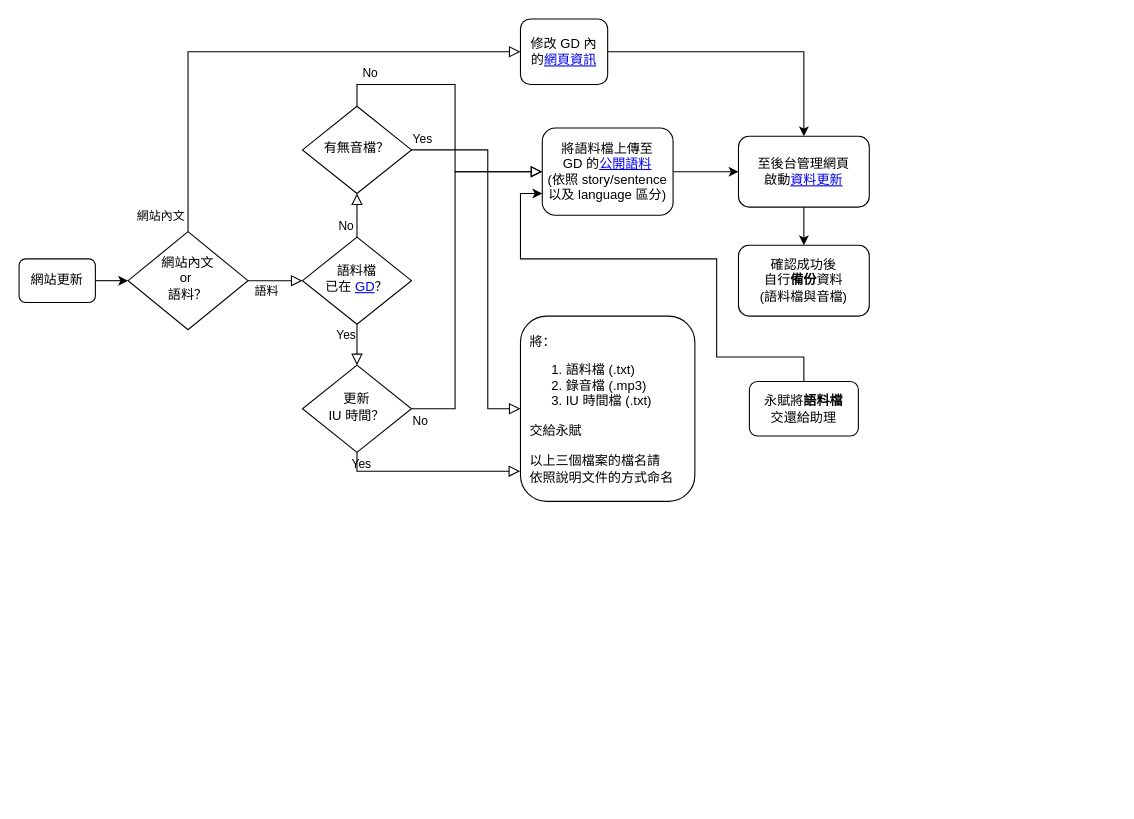
The draw.io diagram data_update_flow.drawio in liao961120/cdocs, before the edit. Source tidied: cells renumbered, new cells numbered last; positions are measured from the earlier drawing's top-left corner, leaving out a move shared by most shapes. Both pictures are drawn from the tidied source at 109%, with x=0, y=0 at pixel (19, 19).
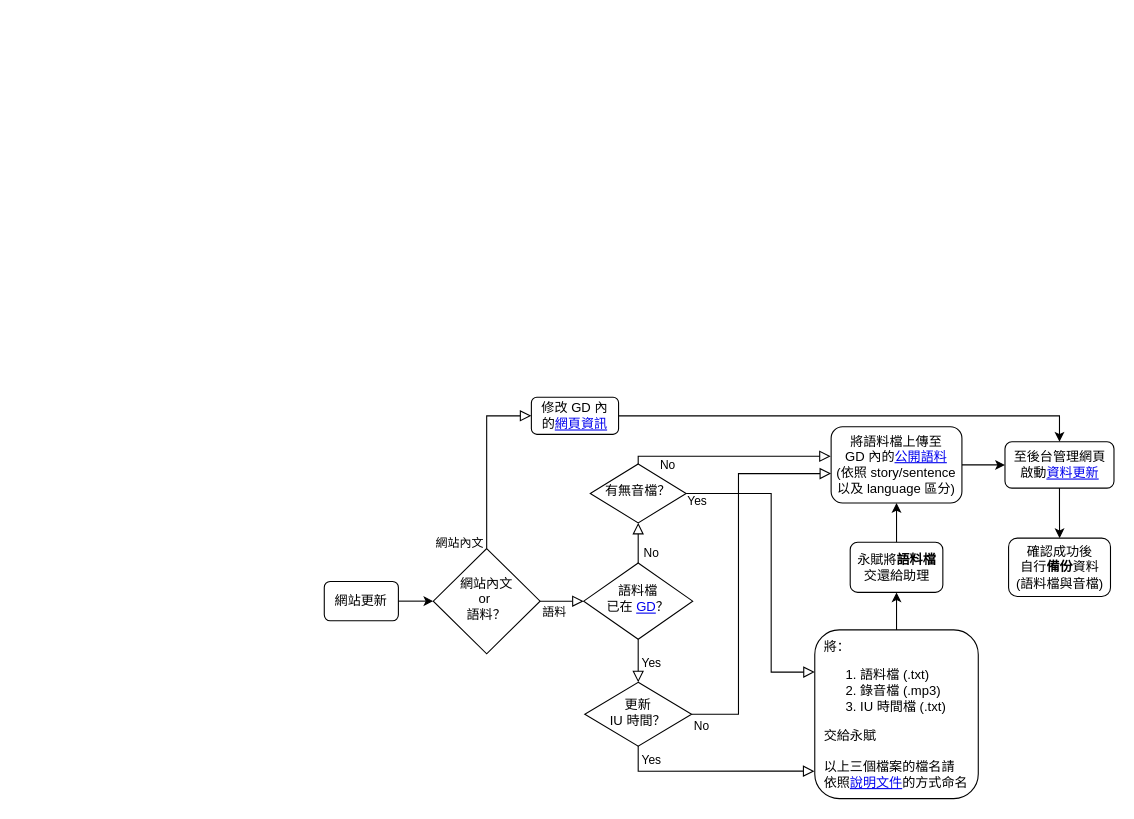
The same diagram, later.

Diff of the diagram source:
```diff
@@
     <mxCell id="2" value="網站更新" style="rounded=1;whiteSpace=wrap;html=1;fontSize=12;glass=0;strokeWidth=1;shadow=0;" parent="1" vertex="1">
-      <mxGeometry y="220" width="70" height="40" as="geometry" />
+      <mxGeometry x="280" y="516" width="68" height="36" as="geometry" />
     </mxCell>
     <mxCell id="3" value="Yes" style="rounded=0;html=1;jettySize=auto;fontSize=11;endArrow=block;endFill=0;endSize=8;strokeWidth=1;shadow=0;labelBackgroundColor=none;edgeStyle=orthogonalEdgeStyle;exitX=0.5;exitY=1;exitDx=0;exitDy=0;" parent="1" edge="1" source="5" target="7">
-      <mxGeometry x="-0.54" y="-10" relative="1" as="geometry" />
+      <mxGeometry x="0.16" y="12" relative="1" as="geometry" />
     </mxCell>
     <mxCell id="4" value="No" style="edgeStyle=orthogonalEdgeStyle;rounded=0;html=1;jettySize=auto;fontSize=11;endArrow=block;endFill=0;endSize=8;strokeWidth=1;shadow=0;labelBackgroundColor=none;exitX=0.5;exitY=0;exitDx=0;exitDy=0;entryX=0.5;entryY=1;entryDx=0;entryDy=0;" parent="1" edge="1" source="5" target="8">
-      <mxGeometry x="-0.5" y="10" relative="1" as="geometry" />
+      <mxGeometry x="-0.49" y="-12" relative="1" as="geometry" />
     </mxCell>
     <mxCell id="5" value="語料檔&lt;br&gt;已在 &lt;a href=&quot;https://drive.google.com/drive/folders/1anXf0owlXjyu_qc7mF-_ayNJGfo_0CiV&quot;&gt;GD&lt;/a&gt;？" style="rhombus;whiteSpace=wrap;html=1;shadow=0;fontFamily=Helvetica;fontSize=12;align=center;strokeWidth=1;spacing=6;spacingTop=-4;" parent="1" vertex="1">
-      <mxGeometry x="260" y="200" width="100" height="80" as="geometry" />
+      <mxGeometry x="518" y="499" width="100" height="70" as="geometry" />
     </mxCell>
-    <mxCell id="6" value="No" style="rounded=0;html=1;jettySize=auto;fontSize=11;endArrow=block;endFill=0;endSize=8;strokeWidth=1;shadow=0;labelBackgroundColor=none;edgeStyle=orthogonalEdgeStyle;exitX=1;exitY=0.5;exitDx=0;exitDy=0;entryX=0;entryY=0.5;entryDx=0;entryDy=0;" parent="1" edge="1" source="7" target="15">
+    <mxCell id="6" value="No" style="rounded=0;html=1;jettySize=auto;fontSize=11;endArrow=block;endFill=0;endSize=8;strokeWidth=1;shadow=0;labelBackgroundColor=none;edgeStyle=orthogonalEdgeStyle;exitX=1;exitY=0.5;exitDx=0;exitDy=0;" parent="1" edge="1" source="7">
       <mxGeometry x="-0.95" y="-10" relative="1" as="geometry">
+        <mxPoint x="745" y="417" as="targetPoint" />
         <Array as="points">
-          <mxPoint x="400" y="358" />
-          <mxPoint x="400" y="140" />
+          <mxPoint x="660" y="638" />
+          <mxPoint x="660" y="417" />
+          <mxPoint x="745" y="417" />
         </Array>
         <mxPoint y="1" as="offset" />
       </mxGeometry>
     </mxCell>
     <mxCell id="7" value="更新&lt;br&gt;IU 時間？" style="rhombus;whiteSpace=wrap;html=1;shadow=0;fontFamily=Helvetica;fontSize=12;align=center;strokeWidth=1;spacing=6;spacingTop=-4;" parent="1" vertex="1">
-      <mxGeometry x="260" y="317.5" width="100" height="80" as="geometry" />
+      <mxGeometry x="519" y="608.5" width="98" height="58.5" as="geometry" />
     </mxCell>
     <mxCell id="8" value="有無音檔？" style="rhombus;whiteSpace=wrap;html=1;shadow=0;fontFamily=Helvetica;fontSize=12;align=center;strokeWidth=1;spacing=6;spacingTop=-4;" parent="1" vertex="1">
-      <mxGeometry x="260" y="80" width="100" height="80" as="geometry" />
+      <mxGeometry x="524" y="408.2" width="88" height="54" as="geometry" />
     </mxCell>
+    <mxCell id="26" style="edgeStyle=orthogonalEdgeStyle;rounded=0;jettySize=auto;html=1;exitX=0.5;exitY=0;exitDx=0;exitDy=0;entryX=0.5;entryY=1;entryDx=0;entryDy=0;" parent="1" edge="1" source="9" target="12">
+      <mxGeometry relative="1" as="geometry" />
+    </mxCell>
-    <mxCell id="9" value="&amp;nbsp; 將：&lt;br&gt;&lt;ol&gt;&lt;li&gt;語料檔 (.txt)&lt;/li&gt;&lt;li&gt;錄音檔 (.mp3)&lt;/li&gt;&lt;li&gt;IU 時間檔 (.txt)&lt;/li&gt;&lt;/ol&gt;&lt;div&gt;&amp;nbsp; 交給永賦&lt;/div&gt;&lt;div&gt;&lt;br&gt;&lt;/div&gt;&lt;div&gt;&amp;nbsp; 以上三個檔案的檔名請&lt;/div&gt;&lt;div&gt;&amp;nbsp; 依照說明&lt;span&gt;文件的方式命名&lt;/span&gt;&lt;/div&gt;" style="rounded=1;whiteSpace=wrap;html=1;fontSize=12;glass=0;strokeWidth=1;shadow=0;align=left;" parent="1" vertex="1">
-      <mxGeometry x="460" y="272.5" width="160" height="170" as="geometry" />
+    <mxCell id="9" value="&amp;nbsp; 將：&lt;br&gt;&lt;ol&gt;&lt;li&gt;語料檔 (.txt)&lt;/li&gt;&lt;li&gt;錄音檔 (.mp3)&lt;/li&gt;&lt;li&gt;IU 時間檔 (.txt)&lt;/li&gt;&lt;/ol&gt;&lt;div&gt;&amp;nbsp; 交給永賦&lt;/div&gt;&lt;div&gt;&lt;br&gt;&lt;/div&gt;&lt;div&gt;&amp;nbsp; 以上三個檔案的檔名請&lt;/div&gt;&lt;div&gt;&amp;nbsp; 依照&lt;a href=&quot;https://yongfu.name/cdocs/#/iu_file&quot;&gt;說明&lt;/a&gt;&lt;a href=&quot;https://yongfu.name/cdocs/#/iu_file&quot;&gt;文件&lt;/a&gt;的方式命名&lt;/div&gt;" style="rounded=1;whiteSpace=wrap;html=1;fontSize=12;glass=0;strokeWidth=1;shadow=0;align=left;" parent="1" vertex="1">
+      <mxGeometry x="730" y="560.4" width="150" height="154.8" as="geometry" />
     </mxCell>
     <mxCell id="10" value="Yes" style="rounded=0;html=1;jettySize=auto;fontSize=11;endArrow=block;endFill=0;endSize=8;strokeWidth=1;shadow=0;labelBackgroundColor=none;edgeStyle=orthogonalEdgeStyle;entryX=-0.002;entryY=0.837;entryDx=0;entryDy=0;exitX=0.5;exitY=1;exitDx=0;exitDy=0;entryPerimeter=0;" parent="1" edge="1" source="7" target="9">
-      <mxGeometry x="-0.75" y="8" relative="1" as="geometry">
+      <mxGeometry x="-0.62" y="10" relative="1" as="geometry">
         <Array as="points">
-          <mxPoint x="310" y="415" />
+          <mxPoint x="568" y="690" />
         </Array>
-        <mxPoint y="1" as="offset" />
       </mxGeometry>
     </mxCell>
-    <mxCell id="11" style="edgeStyle=orthogonalEdgeStyle;rounded=0;jettySize=auto;html=1;entryX=0;entryY=0.75;entryDx=0;entryDy=0;" parent="1" edge="1" source="12" target="15">
-      <mxGeometry relative="1" as="geometry">
-        <Array as="points">
-          <mxPoint x="720" y="310" />
-          <mxPoint x="640" y="310" />
-          <mxPoint x="640" y="220" />
-          <mxPoint x="460" y="220" />
-          <mxPoint x="460" y="160" />
-        </Array>
-      </mxGeometry>
+    <mxCell id="11" style="edgeStyle=orthogonalEdgeStyle;rounded=0;jettySize=auto;html=1;exitX=0.5;exitY=0;exitDx=0;exitDy=0;entryX=0.5;entryY=1;entryDx=0;entryDy=0;" parent="1" edge="1" source="12" target="15">
+      <mxGeometry relative="1" as="geometry" />
     </mxCell>
     <mxCell id="12" value="永賦將&lt;b&gt;語料檔&lt;br&gt;&lt;/b&gt;交還給助理" style="rounded=1;whiteSpace=wrap;html=1;fontSize=12;glass=0;strokeWidth=1;shadow=0;" parent="1" vertex="1">
-      <mxGeometry x="670" y="332.5" width="100" height="50" as="geometry" />
+      <mxGeometry x="762.5" y="480" width="85" height="46" as="geometry" />
     </mxCell>
-    <mxCell id="13" value="Yes" style="edgeStyle=orthogonalEdgeStyle;rounded=0;html=1;jettySize=auto;fontSize=11;endArrow=block;endFill=0;endSize=8;strokeWidth=1;shadow=0;labelBackgroundColor=none;entryX=0;entryY=0.5;entryDx=0;entryDy=0;exitX=1;exitY=0.5;exitDx=0;exitDy=0;" parent="1" edge="1" source="8" target="9">
-      <mxGeometry x="-0.94" y="10" relative="1" as="geometry">
+    <mxCell id="13" value="Yes" style="edgeStyle=orthogonalEdgeStyle;rounded=0;html=1;jettySize=auto;fontSize=11;endArrow=block;endFill=0;endSize=8;strokeWidth=1;shadow=0;labelBackgroundColor=none;entryX=0;entryY=0.25;entryDx=0;entryDy=0;exitX=1;exitY=0.5;exitDx=0;exitDy=0;" parent="1" edge="1" source="8" target="9">
+      <mxGeometry x="-0.93" y="-7" relative="1" as="geometry">
         <Array as="points">
-          <mxPoint x="430" y="120" />
-          <mxPoint x="430" y="358" />
+          <mxPoint x="690" y="435" />
+          <mxPoint x="690" y="599" />
         </Array>
       </mxGeometry>
     </mxCell>
@@
-    <mxCell id="15" value="將語料檔上傳至 &lt;br&gt;GD 的&lt;a href=&quot;https://drive.google.com/drive/folders/1anXf0owlXjyu_qc7mF-_ayNJGfo_0CiV&quot;&gt;公開語料&lt;/a&gt;&lt;br&gt;(依照 story/sentence&lt;br&gt;以及 language 區分)" style="rounded=1;whiteSpace=wrap;html=1;fontSize=12;glass=0;strokeWidth=1;shadow=0;" parent="1" vertex="1">
-      <mxGeometry x="480" y="100" width="120" height="80" as="geometry" />
+    <mxCell id="15" value="將語料檔上傳至 &lt;br&gt;GD 內的&lt;a href=&quot;https://drive.google.com/drive/folders/1anXf0owlXjyu_qc7mF-_ayNJGfo_0CiV&quot;&gt;公開語料&lt;/a&gt;&lt;br&gt;(依照 story/sentence&lt;br&gt;以及 language 區分)" style="rounded=1;whiteSpace=wrap;html=1;fontSize=12;glass=0;strokeWidth=1;shadow=0;" parent="1" vertex="1">
+      <mxGeometry x="745" y="374" width="120" height="70" as="geometry" />
     </mxCell>
@@
     <mxCell id="17" value="至後台管理網頁&lt;br&gt;啟動&lt;a href=&quot;https://cdocs.netlify.app/#/update&quot;&gt;資料更新&lt;/a&gt;" style="rounded=1;whiteSpace=wrap;html=1;fontSize=12;glass=0;strokeWidth=1;shadow=0;" parent="1" vertex="1">
-      <mxGeometry x="660" y="107.5" width="120" height="65" as="geometry" />
+      <mxGeometry x="904.5" y="387.8" width="100" height="42.5" as="geometry" />
     </mxCell>
     <mxCell id="18" value="確認成功後&lt;br&gt;自行&lt;b&gt;備份&lt;/b&gt;資料&lt;br&gt;(語料檔與音檔)" style="rounded=1;whiteSpace=wrap;html=1;fontSize=12;glass=0;strokeWidth=1;shadow=0;" parent="1" vertex="1">
-      <mxGeometry x="660" y="207.5" width="120" height="65" as="geometry" />
+      <mxGeometry x="907.8" y="476.2" width="93.5" height="53.5" as="geometry" />
     </mxCell>
     <mxCell id="19" value="網站內文&lt;br&gt;or&amp;nbsp;&lt;br&gt;語料？" style="rhombus;whiteSpace=wrap;html=1;shadow=0;fontFamily=Helvetica;fontSize=12;align=center;strokeWidth=1;spacing=6;spacingTop=-4;" parent="1" vertex="1">
-      <mxGeometry x="100" y="195" width="110" height="90" as="geometry" />
+      <mxGeometry x="380" y="485.8" width="98" height="96.5" as="geometry" />
     </mxCell>
     <mxCell id="20" value="語料" style="edgeStyle=orthogonalEdgeStyle;rounded=0;html=1;jettySize=auto;fontSize=11;endArrow=block;endFill=0;endSize=8;strokeWidth=1;shadow=0;labelBackgroundColor=none;exitX=1;exitY=0.5;exitDx=0;exitDy=0;entryX=0;entryY=0.5;entryDx=0;entryDy=0;" parent="1" edge="1" source="19" target="5">
       <mxGeometry x="-0.33" y="-10" relative="1" as="geometry">
         <Array as="points">
-          <mxPoint x="240" y="240" />
-          <mxPoint x="240" y="240" />
+          <mxPoint x="498" y="534" />
+          <mxPoint x="498" y="534" />
         </Array>
       </mxGeometry>
     </mxCell>
     <mxCell id="21" value="網站內文" style="edgeStyle=orthogonalEdgeStyle;rounded=0;html=1;jettySize=auto;fontSize=11;endArrow=block;endFill=0;endSize=8;strokeWidth=1;shadow=0;labelBackgroundColor=none;exitX=0.5;exitY=0;exitDx=0;exitDy=0;entryX=0;entryY=0.5;entryDx=0;entryDy=0;" parent="1" edge="1" source="19" target="24">
       <mxGeometry x="-0.94" y="25" relative="1" as="geometry">
         <Array as="points">
-          <mxPoint x="155" y="30" />
+          <mxPoint x="429" y="364" />
         </Array>
       </mxGeometry>
     </mxCell>
@@
-    <mxCell id="23" style="edgeStyle=orthogonalEdgeStyle;rounded=0;jettySize=auto;html=1;entryX=0.5;entryY=0;entryDx=0;entryDy=0;" parent="1" edge="1" source="24" target="17">
+    <mxCell id="23" style="edgeStyle=orthogonalEdgeStyle;rounded=0;jettySize=auto;html=1;exitX=1;exitY=0.5;exitDx=0;exitDy=0;entryX=0.5;entryY=0;entryDx=0;entryDy=0;" parent="1" edge="1" source="24" target="17">
       <mxGeometry relative="1" as="geometry" />
     </mxCell>
     <mxCell id="24" value="修改 GD 內&lt;br&gt;的&lt;a href=&quot;https://drive.google.com/drive/folders/1wRviM4yVvQySP2JG5r5a2aBBw4z8uj6q&quot;&gt;網頁資訊&lt;/a&gt;" style="rounded=1;whiteSpace=wrap;html=1;fontSize=12;glass=0;strokeWidth=1;shadow=0;" parent="1" vertex="1">
-      <mxGeometry x="460" width="80" height="60" as="geometry" />
+      <mxGeometry x="470" y="347" width="80" height="34" as="geometry" />
     </mxCell>
-    <mxCell id="25" value="No" style="edgeStyle=orthogonalEdgeStyle;rounded=0;html=1;jettySize=auto;fontSize=11;endArrow=block;endFill=0;endSize=8;strokeWidth=1;shadow=0;labelBackgroundColor=none;exitX=0.5;exitY=0;exitDx=0;exitDy=0;entryX=0;entryY=0.5;entryDx=0;entryDy=0;" parent="1" edge="1" source="8" target="15">
-      <mxGeometry x="-0.76" y="10" relative="1" as="geometry">
+    <mxCell id="25" value="No" style="edgeStyle=orthogonalEdgeStyle;rounded=0;html=1;jettySize=auto;fontSize=11;endArrow=block;endFill=0;endSize=8;strokeWidth=1;shadow=0;labelBackgroundColor=none;exitX=0.5;exitY=0;exitDx=0;exitDy=0;entryX=-0.003;entryY=0.387;entryDx=0;entryDy=0;entryPerimeter=0;" parent="1" edge="1" source="8" target="15">
+      <mxGeometry x="-0.63" y="-8" relative="1" as="geometry">
         <Array as="points">
-          <mxPoint x="310" y="60" />
-          <mxPoint x="400" y="60" />
-          <mxPoint x="400" y="140" />
+          <mxPoint x="568" y="401" />
         </Array>
       </mxGeometry>
     </mxCell>
```
